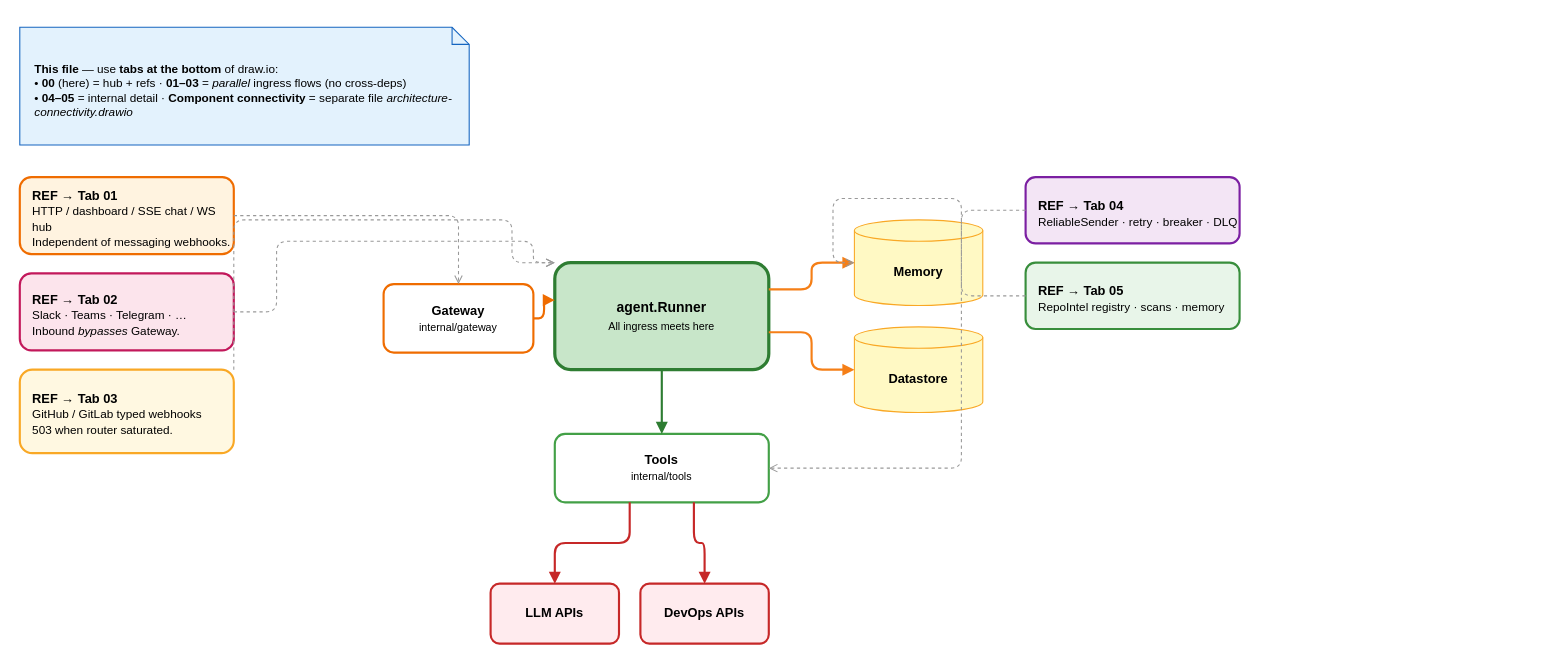
Earlier version of the draw.io diagram page "00 — Overview & refs" (1 of 7) of architecture-overview.drawio (hridesh-net/OpsIntelligence). Source tidied: cells renumbered, new cells numbered last; positions are measured from the earlier drawing's top-left corner, leaving out a move shared by most shapes. Both pictures are drawn from the tidied source at 107%, with x=0, y=0 at pixel (19, 27).
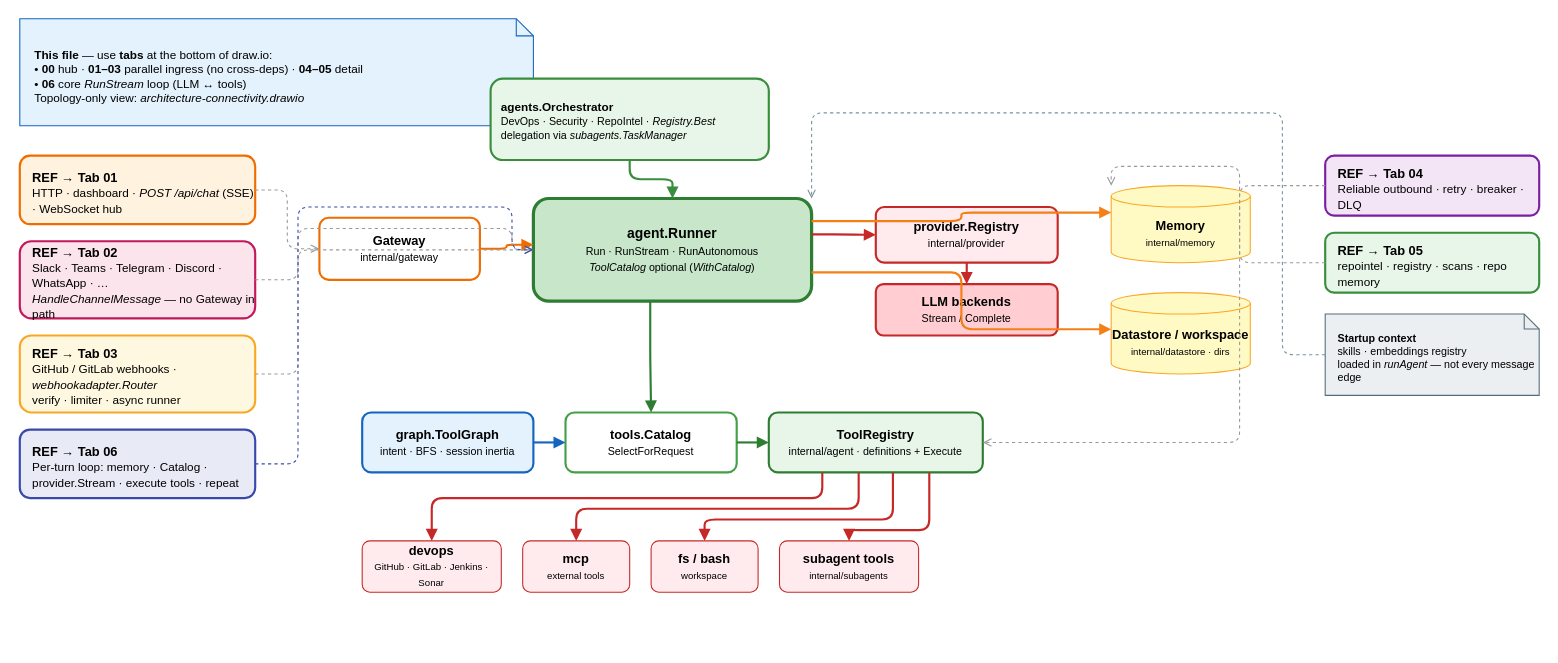
Above is the later version.

Diff of the diagram source:
```diff
@@
-    <mxCell id="2" value="&lt;b&gt;This file&lt;/b&gt; — use &lt;b&gt;tabs at the bottom&lt;/b&gt; of draw.io:&lt;br&gt;• &lt;b&gt;00&lt;/b&gt; (here) = hub + refs · &lt;b&gt;01–03&lt;/b&gt; = &lt;i&gt;parallel&lt;/i&gt; ingress flows (no cross-deps)&lt;br&gt;• &lt;b&gt;04–05&lt;/b&gt; = internal detail · &lt;b&gt;Component connectivity&lt;/b&gt; = separate file &lt;i&gt;architecture-connectivity.drawio&lt;/i&gt;" style="shape=note;whiteSpace=wrap;html=1;fillColor=#e3f2fd;strokeColor=#1565c0;size=16;align=left;spacingLeft=12;spacingTop=8;fontSize=11;" parent="1" vertex="1">
-      <mxGeometry width="420" height="110" as="geometry" />
+    <mxCell id="2" value="&lt;b&gt;This file&lt;/b&gt; — use &lt;b&gt;tabs&lt;/b&gt; at the bottom of draw.io:&lt;br&gt;• &lt;b&gt;00&lt;/b&gt; hub · &lt;b&gt;01–03&lt;/b&gt; parallel ingress (no cross-deps) · &lt;b&gt;04–05&lt;/b&gt; detail&lt;br&gt;• &lt;b&gt;06&lt;/b&gt; core &lt;i&gt;RunStream&lt;/i&gt; loop (LLM ↔ tools)&lt;br&gt;Topology-only view: &lt;i&gt;architecture-connectivity.drawio&lt;/i&gt;" style="shape=note;whiteSpace=wrap;html=1;fillColor=#e3f2fd;strokeColor=#1565c0;size=16;align=left;spacingLeft=12;spacingTop=8;fontSize=11;" parent="1" vertex="1">
+      <mxGeometry y="-8" width="480" height="100" as="geometry" />
     </mxCell>
-    <mxCell id="3" value="&lt;b&gt;REF → Tab 01&lt;/b&gt;&lt;br&gt;&lt;font style=&quot;font-size:11px&quot;&gt;HTTP / dashboard / SSE chat / WS hub&lt;br&gt;Independent of messaging webhooks.&lt;/font&gt;" style="rounded=1;whiteSpace=wrap;html=1;fillColor=#fff3e0;strokeColor=#ef6c00;strokeWidth=2;align=left;spacingLeft=10;spacingTop=6;" parent="1" vertex="1">
-      <mxGeometry y="140" width="200" height="72" as="geometry" />
+    <mxCell id="3" value="&lt;b&gt;REF → Tab 01&lt;/b&gt;&lt;br&gt;&lt;font style=&quot;font-size:11px&quot;&gt;HTTP · dashboard · &lt;i&gt;POST /api/chat&lt;/i&gt; (SSE) · WebSocket hub&lt;/font&gt;" style="rounded=1;whiteSpace=wrap;html=1;fillColor=#fff3e0;strokeColor=#ef6c00;strokeWidth=2;align=left;spacingLeft=10;spacingTop=6;" parent="1" vertex="1">
+      <mxGeometry y="120" width="220" height="64" as="geometry" />
     </mxCell>
-    <mxCell id="4" value="&lt;b&gt;REF → Tab 02&lt;/b&gt;&lt;br&gt;&lt;font style=&quot;font-size:11px&quot;&gt;Slack · Teams · Telegram · …&lt;br&gt;Inbound &lt;i&gt;bypasses&lt;/i&gt; Gateway.&lt;/font&gt;" style="rounded=1;whiteSpace=wrap;html=1;fillColor=#fce4ec;strokeColor=#c2185b;strokeWidth=2;align=left;spacingLeft=10;spacingTop=6;" parent="1" vertex="1">
-      <mxGeometry y="230" width="200" height="72" as="geometry" />
+    <mxCell id="4" value="&lt;b&gt;REF → Tab 02&lt;/b&gt;&lt;br&gt;&lt;font style=&quot;font-size:11px&quot;&gt;Slack · Teams · Telegram · Discord · WhatsApp · …&lt;br&gt;&lt;i&gt;HandleChannelMessage&lt;/i&gt; — no Gateway in path&lt;/font&gt;" style="rounded=1;whiteSpace=wrap;html=1;fillColor=#fce4ec;strokeColor=#c2185b;strokeWidth=2;align=left;spacingLeft=10;spacingTop=6;" parent="1" vertex="1">
+      <mxGeometry y="200" width="220" height="72" as="geometry" />
     </mxCell>
-    <mxCell id="5" value="&lt;b&gt;REF → Tab 03&lt;/b&gt;&lt;br&gt;&lt;font style=&quot;font-size:11px&quot;&gt;GitHub / GitLab typed webhooks&lt;br&gt;503 when router saturated.&lt;/font&gt;" style="rounded=1;whiteSpace=wrap;html=1;fillColor=#fff8e1;strokeColor=#f9a825;strokeWidth=2;align=left;spacingLeft=10;spacingTop=6;" parent="1" vertex="1">
-      <mxGeometry y="320" width="200" height="78" as="geometry" />
+    <mxCell id="5" value="&lt;b&gt;REF → Tab 03&lt;/b&gt;&lt;br&gt;&lt;font style=&quot;font-size:11px&quot;&gt;GitHub / GitLab webhooks · &lt;i&gt;webhookadapter.Router&lt;/i&gt;&lt;br&gt;verify · limiter · async runner&lt;/font&gt;" style="rounded=1;whiteSpace=wrap;html=1;fillColor=#fff8e1;strokeColor=#f9a825;strokeWidth=2;align=left;spacingLeft=10;spacingTop=6;" parent="1" vertex="1">
+      <mxGeometry y="288" width="220" height="72" as="geometry" />
     </mxCell>
+    <mxCell id="26" value="&lt;b&gt;REF → Tab 06&lt;/b&gt;&lt;br&gt;&lt;font style=&quot;font-size:11px&quot;&gt;Per-turn loop: memory · Catalog · provider.Stream · execute tools · repeat&lt;/font&gt;" style="rounded=1;whiteSpace=wrap;html=1;fillColor=#e8eaf6;strokeColor=#3949ab;strokeWidth=2;align=left;spacingLeft=10;spacingTop=6;" parent="1" vertex="1">
+      <mxGeometry y="376" width="220" height="64" as="geometry" />
+    </mxCell>
-    <mxCell id="6" value="&lt;b&gt;REF → Tab 04&lt;/b&gt;&lt;br&gt;&lt;font style=&quot;font-size:11px&quot;&gt;ReliableSender · retry · breaker · DLQ&lt;/font&gt;" style="rounded=1;whiteSpace=wrap;html=1;fillColor=#f3e5f5;strokeColor=#7b1fa2;strokeWidth=2;align=left;spacingLeft=10;spacingTop=6;" parent="1" vertex="1">
-      <mxGeometry x="940" y="140" width="200" height="62" as="geometry" />
+    <mxCell id="6" value="&lt;b&gt;REF → Tab 04&lt;/b&gt;&lt;br&gt;&lt;font style=&quot;font-size:11px&quot;&gt;Reliable outbound · retry · breaker · DLQ&lt;/font&gt;" style="rounded=1;whiteSpace=wrap;html=1;fillColor=#f3e5f5;strokeColor=#7b1fa2;strokeWidth=2;align=left;spacingLeft=10;spacingTop=6;" parent="1" vertex="1">
+      <mxGeometry x="1220" y="120" width="200" height="56" as="geometry" />
     </mxCell>
-    <mxCell id="7" value="&lt;b&gt;REF → Tab 05&lt;/b&gt;&lt;br&gt;&lt;font style=&quot;font-size:11px&quot;&gt;RepoIntel registry · scans · memory&lt;/font&gt;" style="rounded=1;whiteSpace=wrap;html=1;fillColor=#e8f5e9;strokeColor=#388e3c;strokeWidth=2;align=left;spacingLeft=10;spacingTop=6;" parent="1" vertex="1">
-      <mxGeometry x="940" y="220" width="200" height="62" as="geometry" />
+    <mxCell id="7" value="&lt;b&gt;REF → Tab 05&lt;/b&gt;&lt;br&gt;&lt;font style=&quot;font-size:11px&quot;&gt;repointel · registry · scans · repo memory&lt;/font&gt;" style="rounded=1;whiteSpace=wrap;html=1;fillColor=#e8f5e9;strokeColor=#388e3c;strokeWidth=2;align=left;spacingLeft=10;spacingTop=6;" parent="1" vertex="1">
+      <mxGeometry x="1220" y="192" width="200" height="56" as="geometry" />
     </mxCell>
+    <mxCell id="27" value="&lt;b&gt;Startup context&lt;/b&gt;&lt;br&gt;&lt;font style=&quot;font-size:10px&quot;&gt;skills · embeddings registry&lt;br&gt;loaded in &lt;i&gt;runAgent&lt;/i&gt; — not every message edge&lt;/font&gt;" style="shape=note;whiteSpace=wrap;html=1;fillColor=#eceff1;strokeColor=#546e7a;size=14;align=left;spacingLeft=10;spacingTop=6;fontSize=10;" parent="1" vertex="1">
+      <mxGeometry x="1220" y="268" width="200" height="76" as="geometry" />
+    </mxCell>
+    <mxCell id="28" value="&lt;b&gt;agents.Orchestrator&lt;/b&gt;&lt;br&gt;&lt;font style=&quot;font-size:10px&quot;&gt;DevOps · Security · RepoIntel · &lt;i&gt;Registry.Best&lt;/i&gt;&lt;br&gt;delegation via &lt;i&gt;subagents.TaskManager&lt;/i&gt;&lt;/font&gt;" style="rounded=1;whiteSpace=wrap;html=1;fillColor=#e8f5e9;strokeColor=#388e3c;strokeWidth=2;align=left;spacingLeft=8;spacingTop=4;fontSize=11;" parent="1" vertex="1">
+      <mxGeometry x="440" y="48" width="260" height="76" as="geometry" />
+    </mxCell>
     <mxCell id="8" value="&lt;b&gt;Gateway&lt;/b&gt;&lt;br&gt;&lt;font style=&quot;font-size:10px&quot;&gt;internal/gateway&lt;/font&gt;" style="rounded=1;whiteSpace=wrap;html=1;fillColor=#ffffff;strokeColor=#ef6c00;strokeWidth=2;fontSize=12;" parent="1" vertex="1">
-      <mxGeometry x="340" y="240" width="140" height="64" as="geometry" />
+      <mxGeometry x="280" y="178" width="150" height="58" as="geometry" />
     </mxCell>
-    <mxCell id="9" value="&lt;b&gt;agent.Runner&lt;/b&gt;&lt;br&gt;&lt;font style=&quot;font-size:10px&quot;&gt;All ingress meets here&lt;/font&gt;" style="rounded=1;whiteSpace=wrap;html=1;fillColor=#c8e6c9;strokeColor=#2e7d32;strokeWidth=3;fontSize=13;" parent="1" vertex="1">
-      <mxGeometry x="500" y="220" width="200" height="100" as="geometry" />
+    <mxCell id="9" value="&lt;b&gt;agent.Runner&lt;/b&gt;&lt;br&gt;&lt;font style=&quot;font-size:10px&quot;&gt;Run · RunStream · RunAutonomous&lt;br&gt;&lt;i&gt;ToolCatalog&lt;/i&gt; optional (&lt;i&gt;WithCatalog&lt;/i&gt;)&lt;/font&gt;" style="rounded=1;whiteSpace=wrap;html=1;fillColor=#c8e6c9;strokeColor=#2e7d32;strokeWidth=3;fontSize=13;" parent="1" vertex="1">
+      <mxGeometry x="480" y="160" width="260" height="96" as="geometry" />
     </mxCell>
-    <mxCell id="10" value="&lt;b&gt;Tools&lt;/b&gt;&lt;br&gt;&lt;font style=&quot;font-size:10px&quot;&gt;internal/tools&lt;/font&gt;" style="rounded=1;whiteSpace=wrap;html=1;fillColor=#ffffff;strokeColor=#43a047;strokeWidth=2;" parent="1" vertex="1">
-      <mxGeometry x="500" y="380" width="200" height="64" as="geometry" />
-    </mxCell>
+    <mxCell id="29" value="&lt;b&gt;provider.Registry&lt;/b&gt;&lt;br&gt;&lt;font style=&quot;font-size:10px&quot;&gt;internal/provider&lt;/font&gt;" style="rounded=1;whiteSpace=wrap;html=1;fillColor=#ffebee;strokeColor=#c62828;strokeWidth=2;" parent="1" vertex="1">
+      <mxGeometry x="800" y="168" width="170" height="52" as="geometry" />
+    </mxCell>
+    <mxCell id="13" value="&lt;b&gt;LLM backends&lt;/b&gt;&lt;br&gt;&lt;font style=&quot;font-size:10px&quot;&gt;Stream / Complete&lt;/font&gt;" style="rounded=1;whiteSpace=wrap;html=1;fillColor=#ffcdd2;strokeColor=#c62828;strokeWidth=2;" parent="1" vertex="1">
+      <mxGeometry x="800" y="240" width="170" height="48" as="geometry" />
+    </mxCell>
-    <mxCell id="11" value="&lt;b&gt;Memory&lt;/b&gt;" style="shape=cylinder3;whiteSpace=wrap;html=1;boundedLbl=1;backgroundOutline=1;size=10;fillColor=#fff9c4;strokeColor=#f9a825;" parent="1" vertex="1">
-      <mxGeometry x="780" y="180" width="120" height="80" as="geometry" />
+    <mxCell id="11" value="&lt;b&gt;Memory&lt;/b&gt;&lt;br&gt;&lt;font style=&quot;font-size:9px&quot;&gt;internal/memory&lt;/font&gt;" style="shape=cylinder3;whiteSpace=wrap;html=1;boundedLbl=1;backgroundOutline=1;size=10;fillColor=#fff9c4;strokeColor=#f9a825;" parent="1" vertex="1">
+      <mxGeometry x="1020" y="148" width="130" height="72" as="geometry" />
     </mxCell>
-    <mxCell id="12" value="&lt;b&gt;Datastore&lt;/b&gt;" style="shape=cylinder3;whiteSpace=wrap;html=1;boundedLbl=1;backgroundOutline=1;size=10;fillColor=#fff9c4;strokeColor=#f9a825;" parent="1" vertex="1">
-      <mxGeometry x="780" y="280" width="120" height="80" as="geometry" />
+    <mxCell id="12" value="&lt;b&gt;Datastore / workspace&lt;/b&gt;&lt;br&gt;&lt;font style=&quot;font-size:9px&quot;&gt;internal/datastore · dirs&lt;/font&gt;" style="shape=cylinder3;whiteSpace=wrap;html=1;boundedLbl=1;backgroundOutline=1;size=10;fillColor=#fff9c4;strokeColor=#f9a825;" parent="1" vertex="1">
+      <mxGeometry x="1020" y="248" width="130" height="76" as="geometry" />
     </mxCell>
-    <mxCell id="13" value="&lt;b&gt;LLM APIs&lt;/b&gt;" style="rounded=1;whiteSpace=wrap;html=1;fillColor=#ffebee;strokeColor=#c62828;strokeWidth=2;" parent="1" vertex="1">
-      <mxGeometry x="440" y="520" width="120" height="56" as="geometry" />
-    </mxCell>
-    <mxCell id="14" value="&lt;b&gt;DevOps APIs&lt;/b&gt;" style="rounded=1;whiteSpace=wrap;html=1;fillColor=#ffebee;strokeColor=#c62828;strokeWidth=2;" parent="1" vertex="1">
-      <mxGeometry x="580" y="520" width="120" height="56" as="geometry" />
-    </mxCell>
+    <mxCell id="30" value="&lt;b&gt;graph.ToolGraph&lt;/b&gt;&lt;br&gt;&lt;font style=&quot;font-size:10px&quot;&gt;intent · BFS · session inertia&lt;/font&gt;" style="rounded=1;whiteSpace=wrap;html=1;fillColor=#e3f2fd;strokeColor=#1565c0;strokeWidth=2;align=center;" parent="1" vertex="1">
+      <mxGeometry x="320" y="360" width="160" height="56" as="geometry" />
+    </mxCell>
+    <mxCell id="31" value="&lt;b&gt;tools.Catalog&lt;/b&gt;&lt;br&gt;&lt;font style=&quot;font-size:10px&quot;&gt;SelectForRequest&lt;/font&gt;" style="rounded=1;whiteSpace=wrap;html=1;fillColor=#ffffff;strokeColor=#43a047;strokeWidth=2;" parent="1" vertex="1">
+      <mxGeometry x="510" y="360" width="160" height="56" as="geometry" />
+    </mxCell>
+    <mxCell id="32" value="&lt;b&gt;ToolRegistry&lt;/b&gt;&lt;br&gt;&lt;font style=&quot;font-size:10px&quot;&gt;internal/agent · definitions + Execute&lt;/font&gt;" style="rounded=1;whiteSpace=wrap;html=1;fillColor=#e8f5e9;strokeColor=#2e7d32;strokeWidth=2;" parent="1" vertex="1">
+      <mxGeometry x="700" y="360" width="200" height="56" as="geometry" />
+    </mxCell>
+    <mxCell id="33" value="&lt;b&gt;devops&lt;/b&gt;&lt;br&gt;&lt;font style=&quot;font-size:9px&quot;&gt;GitHub · GitLab · Jenkins · Sonar&lt;/font&gt;" style="rounded=1;whiteSpace=wrap;html=1;fillColor=#ffebee;strokeColor=#c62828;strokeWidth=1;" parent="1" vertex="1">
+      <mxGeometry x="320" y="480" width="130" height="48" as="geometry" />
+    </mxCell>
+    <mxCell id="34" value="&lt;b&gt;mcp&lt;/b&gt;&lt;br&gt;&lt;font style=&quot;font-size:9px&quot;&gt;external tools&lt;/font&gt;" style="rounded=1;whiteSpace=wrap;html=1;fillColor=#ffebee;strokeColor=#c62828;strokeWidth=1;" parent="1" vertex="1">
+      <mxGeometry x="470" y="480" width="100" height="48" as="geometry" />
+    </mxCell>
+    <mxCell id="35" value="&lt;b&gt;fs / bash&lt;/b&gt;&lt;br&gt;&lt;font style=&quot;font-size:9px&quot;&gt;workspace&lt;/font&gt;" style="rounded=1;whiteSpace=wrap;html=1;fillColor=#ffebee;strokeColor=#c62828;strokeWidth=1;" parent="1" vertex="1">
+      <mxGeometry x="590" y="480" width="100" height="48" as="geometry" />
+    </mxCell>
+    <mxCell id="36" value="&lt;b&gt;subagent tools&lt;/b&gt;&lt;br&gt;&lt;font style=&quot;font-size:9px&quot;&gt;internal/subagents&lt;/font&gt;" style="rounded=1;whiteSpace=wrap;html=1;fillColor=#ffebee;strokeColor=#c62828;strokeWidth=1;" parent="1" vertex="1">
+      <mxGeometry x="710" y="480" width="130" height="48" as="geometry" />
+    </mxCell>
+    <mxCell id="37" style="edgeStyle=orthogonalEdgeStyle;rounded=1;html=1;strokeWidth=2;strokeColor=#388e3c;endArrow=block;endFill=1;exitX=0.5;exitY=1;entryX=0.5;entryY=0;" parent="1" edge="1" source="28" target="9">
+      <mxGeometry relative="1" as="geometry" />
+    </mxCell>
-    <mxCell id="15" style="edgeStyle=orthogonalEdgeStyle;rounded=1;html=1;strokeWidth=2;strokeColor=#ef6c00;endArrow=block;endFill=1;exitX=1;exitY=0.5;entryX=0;entryY=0.35;" parent="1" edge="1" source="8" target="9">
+    <mxCell id="15" style="edgeStyle=orthogonalEdgeStyle;rounded=1;html=1;strokeWidth=2;strokeColor=#ef6c00;endArrow=block;endFill=1;exitX=1;exitY=0.5;entryX=0;entryY=0.45;" parent="1" edge="1" source="8" target="9">
       <mxGeometry relative="1" as="geometry" />
     </mxCell>
-    <mxCell id="16" style="edgeStyle=orthogonalEdgeStyle;rounded=1;html=1;strokeWidth=2;strokeColor=#2e7d32;endArrow=block;endFill=1;" parent="1" edge="1" source="9" target="10">
-      <mxGeometry relative="1" as="geometry" />
-    </mxCell>
+    <mxCell id="38" style="edgeStyle=orthogonalEdgeStyle;rounded=1;html=1;strokeWidth=2;strokeColor=#c62828;endArrow=block;endFill=1;exitX=1;exitY=0.35;entryX=0;entryY=0.5;" parent="1" edge="1" source="9" target="29">
+      <mxGeometry relative="1" as="geometry" />
+    </mxCell>
+    <mxCell id="39" style="edgeStyle=orthogonalEdgeStyle;rounded=1;html=1;strokeWidth=2;strokeColor=#c62828;endArrow=block;endFill=1;" parent="1" edge="1" source="29" target="13">
+      <mxGeometry relative="1" as="geometry" />
+    </mxCell>
-    <mxCell id="17" style="edgeStyle=orthogonalEdgeStyle;rounded=1;html=1;strokeWidth=2;strokeColor=#f57f17;endArrow=block;endFill=1;exitX=1;exitY=0.25;entryX=0;entryY=0.5;" parent="1" edge="1" source="9" target="11">
+    <mxCell id="17" style="edgeStyle=orthogonalEdgeStyle;rounded=1;html=1;strokeWidth=2;strokeColor=#f57f17;endArrow=block;endFill=1;exitX=1;exitY=0.22;entryX=0;entryY=0.35;" parent="1" edge="1" source="9" target="11">
       <mxGeometry relative="1" as="geometry" />
     </mxCell>
-    <mxCell id="18" style="edgeStyle=orthogonalEdgeStyle;rounded=1;html=1;strokeWidth=2;strokeColor=#f57f17;endArrow=block;endFill=1;exitX=1;exitY=0.65;entryX=0;entryY=0.5;" parent="1" edge="1" source="9" target="12">
+    <mxCell id="18" style="edgeStyle=orthogonalEdgeStyle;rounded=1;html=1;strokeWidth=2;strokeColor=#f57f17;endArrow=block;endFill=1;exitX=1;exitY=0.72;entryX=0;entryY=0.45;" parent="1" edge="1" source="9" target="12">
       <mxGeometry relative="1" as="geometry" />
     </mxCell>
-    <mxCell id="19" style="edgeStyle=orthogonalEdgeStyle;rounded=1;html=1;strokeWidth=2;strokeColor=#c62828;endArrow=block;endFill=1;exitX=0.35;exitY=1;entryX=0.5;entryY=0;" parent="1" edge="1" source="10" target="13">
-      <mxGeometry relative="1" as="geometry" />
-    </mxCell>
-    <mxCell id="20" style="edgeStyle=orthogonalEdgeStyle;rounded=1;html=1;strokeWidth=2;strokeColor=#c62828;endArrow=block;endFill=1;exitX=0.65;exitY=1;entryX=0.5;entryY=0;" parent="1" edge="1" source="10" target="14">
-      <mxGeometry relative="1" as="geometry" />
-    </mxCell>
+    <mxCell id="40" style="edgeStyle=orthogonalEdgeStyle;rounded=1;html=1;strokeWidth=2;strokeColor=#2e7d32;endArrow=block;endFill=1;exitX=0.42;exitY=1;entryX=0.5;entryY=0;" parent="1" edge="1" source="9" target="31">
+      <mxGeometry relative="1" as="geometry" />
+    </mxCell>
+    <mxCell id="41" style="edgeStyle=orthogonalEdgeStyle;rounded=1;html=1;strokeWidth=2;strokeColor=#1565c0;endArrow=block;endFill=1;" parent="1" edge="1" source="30" target="31">
+      <mxGeometry relative="1" as="geometry" />
+    </mxCell>
+    <mxCell id="42" style="edgeStyle=orthogonalEdgeStyle;rounded=1;html=1;strokeWidth=2;strokeColor=#2e7d32;endArrow=block;endFill=1;" parent="1" edge="1" source="31" target="32">
+      <mxGeometry relative="1" as="geometry" />
+    </mxCell>
+    <mxCell id="43" style="edgeStyle=orthogonalEdgeStyle;rounded=1;html=1;strokeWidth=2;strokeColor=#c62828;endArrow=block;endFill=1;exitX=0.25;exitY=1;entryX=0.5;entryY=0;" parent="1" edge="1" source="32" target="33">
+      <mxGeometry relative="1" as="geometry">
+        <Array as="points">
+          <mxPoint x="750" y="440" />
+          <mxPoint x="385" y="440" />
+        </Array>
+      </mxGeometry>
+    </mxCell>
+    <mxCell id="44" style="edgeStyle=orthogonalEdgeStyle;rounded=1;html=1;strokeWidth=2;strokeColor=#c62828;endArrow=block;endFill=1;exitX=0.42;exitY=1;entryX=0.5;entryY=0;" parent="1" edge="1" source="32" target="34">
+      <mxGeometry relative="1" as="geometry">
+        <Array as="points">
+          <mxPoint x="784" y="450" />
+          <mxPoint x="520" y="450" />
+        </Array>
+      </mxGeometry>
+    </mxCell>
+    <mxCell id="45" style="edgeStyle=orthogonalEdgeStyle;rounded=1;html=1;strokeWidth=2;strokeColor=#c62828;endArrow=block;endFill=1;exitX=0.58;exitY=1;entryX=0.5;entryY=0;" parent="1" edge="1" source="32" target="35">
+      <mxGeometry relative="1" as="geometry">
+        <Array as="points">
+          <mxPoint x="816" y="460" />
+          <mxPoint x="640" y="460" />
+        </Array>
+      </mxGeometry>
+    </mxCell>
+    <mxCell id="46" style="edgeStyle=orthogonalEdgeStyle;rounded=1;html=1;strokeWidth=2;strokeColor=#c62828;endArrow=block;endFill=1;exitX=0.75;exitY=1;entryX=0.5;entryY=0;" parent="1" edge="1" source="32" target="36">
+      <mxGeometry relative="1" as="geometry">
+        <Array as="points">
+          <mxPoint x="850" y="470" />
+          <mxPoint x="775" y="470" />
+        </Array>
+      </mxGeometry>
+    </mxCell>
@@
     <mxCell id="22" style="edgeStyle=orthogonalEdgeStyle;rounded=1;dashed=1;html=1;strokeColor=#999;endArrow=open;endFill=0;strokeWidth=1;" parent="1" edge="1" source="4" target="9">
       <mxGeometry relative="1" as="geometry">
         <Array as="points">
-          <mxPoint x="240" y="266" />
-          <mxPoint x="240" y="200" />
-          <mxPoint x="480" y="200" />
-          <mxPoint x="480" y="220" />
+          <mxPoint x="260" y="236" />
+          <mxPoint x="260" y="208" />
+          <mxPoint x="460" y="208" />
         </Array>
       </mxGeometry>
     </mxCell>
     <mxCell id="23" style="edgeStyle=orthogonalEdgeStyle;rounded=1;dashed=1;html=1;strokeColor=#999;endArrow=open;endFill=0;strokeWidth=1;" parent="1" edge="1" source="5" target="9">
       <mxGeometry relative="1" as="geometry">
         <Array as="points">
-          <mxPoint x="200" y="359" />
-          <mxPoint x="200" y="180" />
-          <mxPoint x="460" y="180" />
-          <mxPoint x="460" y="220" />
+          <mxPoint x="260" y="324" />
+          <mxPoint x="260" y="188" />
+          <mxPoint x="460" y="188" />
         </Array>
       </mxGeometry>
     </mxCell>
+    <mxCell id="47" style="edgeStyle=orthogonalEdgeStyle;rounded=1;dashed=1;html=1;strokeColor=#3949ab;endArrow=open;endFill=0;strokeWidth=1;" parent="1" edge="1" source="26" target="9">
+      <mxGeometry relative="1" as="geometry">
+        <Array as="points">
+          <mxPoint x="260" y="408" />
+          <mxPoint x="260" y="168" />
+          <mxPoint x="460" y="168" />
+        </Array>
+      </mxGeometry>
+    </mxCell>
-    <mxCell id="24" style="edgeStyle=orthogonalEdgeStyle;rounded=1;dashed=1;html=1;strokeColor=#999;endArrow=open;endFill=0;strokeWidth=1;" parent="1" edge="1" source="6" target="10">
+    <mxCell id="24" style="edgeStyle=orthogonalEdgeStyle;rounded=1;dashed=1;html=1;strokeColor=#999;endArrow=open;endFill=0;strokeWidth=1;" parent="1" edge="1" source="6" target="32">
       <mxGeometry relative="1" as="geometry">
         <Array as="points">
-          <mxPoint x="880" y="171" />
-          <mxPoint x="880" y="412" />
-          <mxPoint x="700" y="412" />
+          <mxPoint x="1140" y="148" />
+          <mxPoint x="1140" y="388" />
+          <mxPoint x="900" y="388" />
         </Array>
       </mxGeometry>
     </mxCell>
     <mxCell id="25" style="edgeStyle=orthogonalEdgeStyle;rounded=1;dashed=1;html=1;strokeColor=#999;endArrow=open;endFill=0;strokeWidth=1;" parent="1" edge="1" source="7" target="11">
       <mxGeometry relative="1" as="geometry">
         <Array as="points">
-          <mxPoint x="880" y="251" />
-          <mxPoint x="880" y="160" />
-          <mxPoint x="760" y="160" />
+          <mxPoint x="1140" y="220" />
+          <mxPoint x="1140" y="130" />
+          <mxPoint x="1020" y="130" />
         </Array>
       </mxGeometry>
     </mxCell>
+    <mxCell id="48" style="edgeStyle=orthogonalEdgeStyle;rounded=1;dashed=1;html=1;strokeColor=#78909c;endArrow=open;endFill=0;strokeWidth=1;" parent="1" edge="1" source="27" target="9">
+      <mxGeometry relative="1" as="geometry">
+        <Array as="points">
+          <mxPoint x="1180" y="306" />
+          <mxPoint x="1180" y="80" />
+          <mxPoint x="740" y="80" />
+          <mxPoint x="740" y="160" />
+        </Array>
+      </mxGeometry>
+    </mxCell>
```
